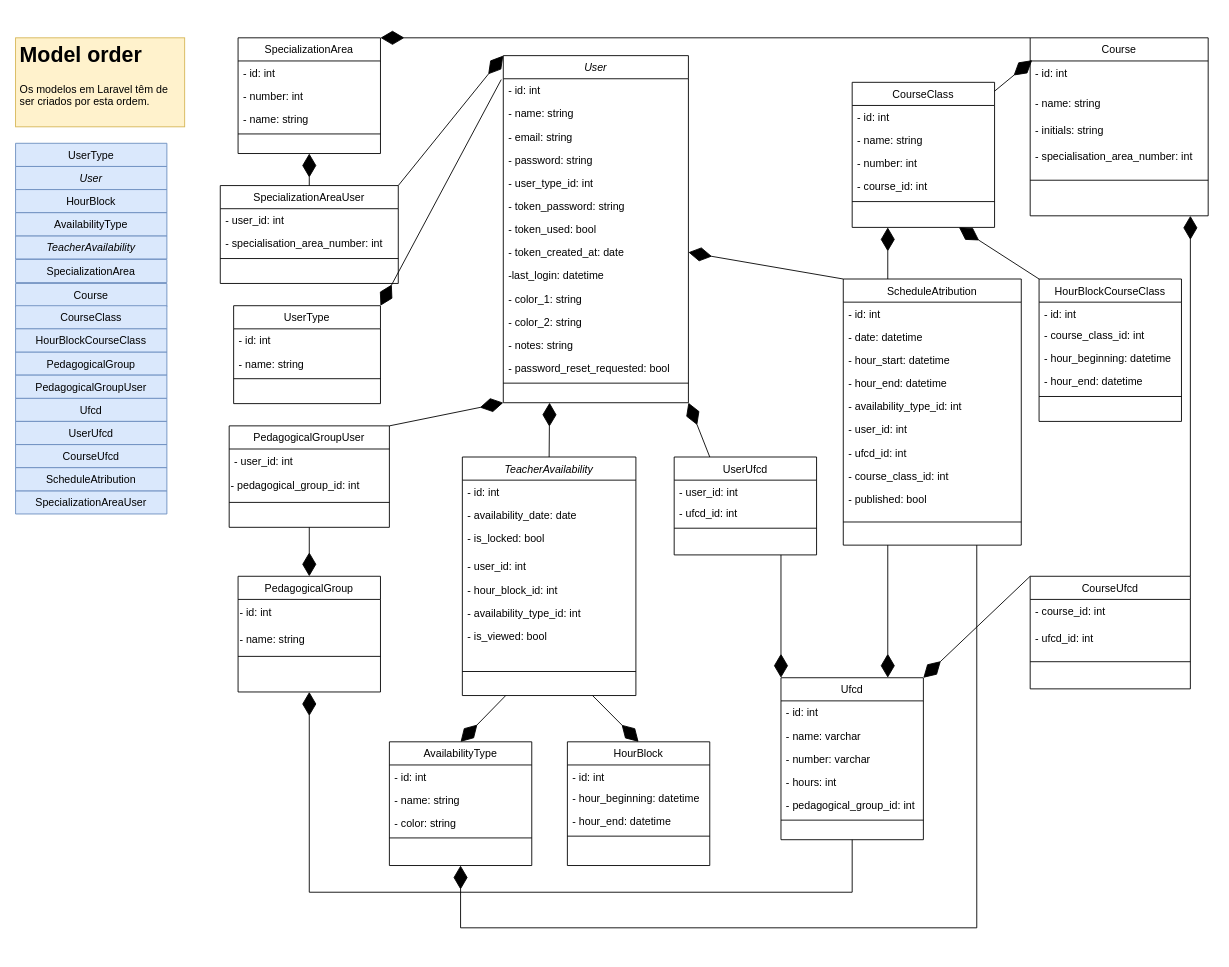
Above: Documentação/Arquitetura de Sistema - gráficos/Diagrama de Classes v2.drawio in LaggyMcLagg/Agile-Wing (draw.io), before the change. Source tidied: cells renumbered, new cells numbered last; positions are measured from the earlier drawing's top-left corner, leaving out a move shared by most shapes. Both pictures are drawn from the tidied source at 89%, with x=0, y=0 at pixel (15, 37).
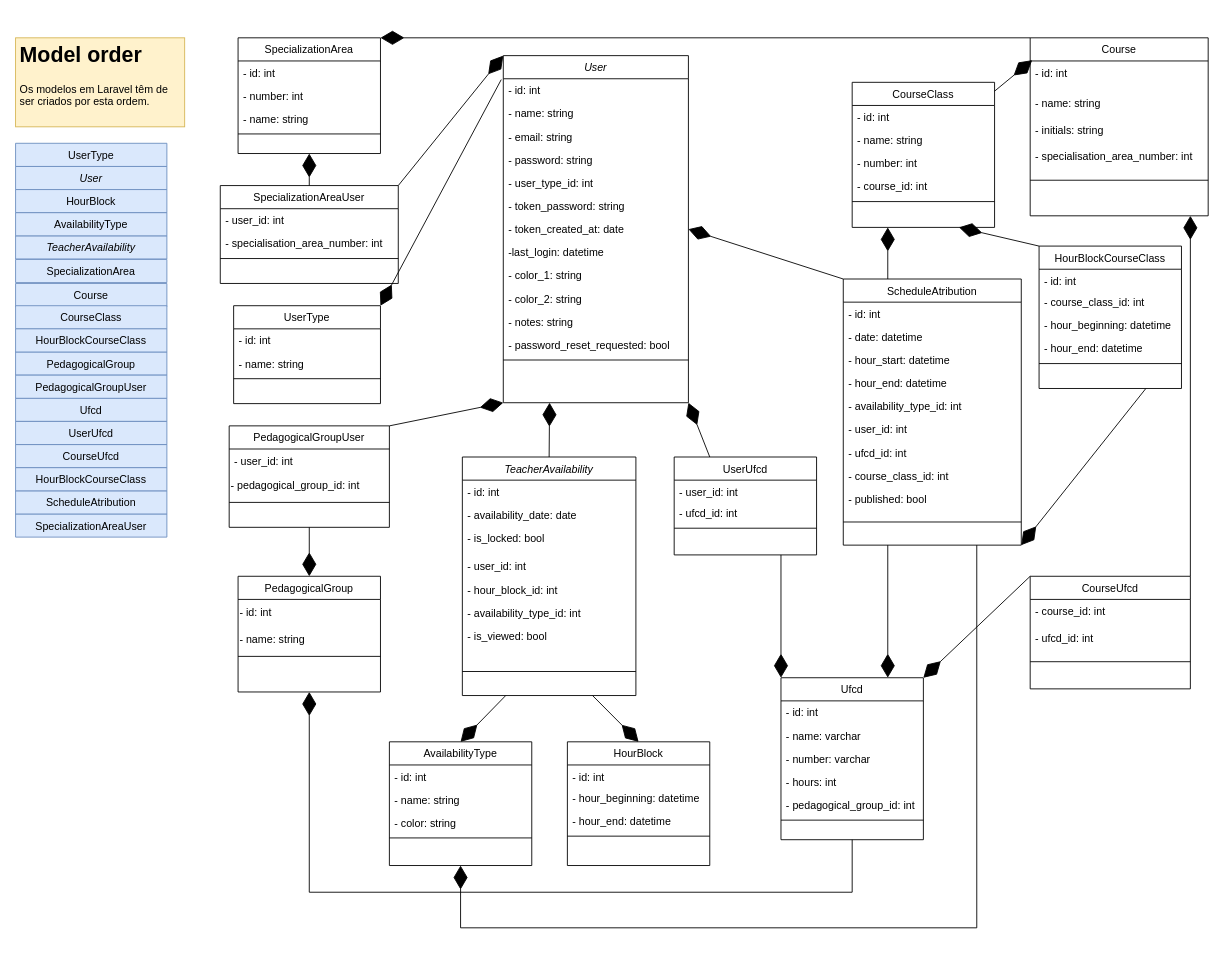
The same page after the edit.

Unchanged cells that the change refers to:
```xml
<mxCell id="2" value="ScheduleAtribution" style="swimlane;fontStyle=0;align=center;verticalAlign=top;horizontal=1;startSize=26;rounded=0;shadow=0;strokeWidth=1;" parent="1" vertex="1">
  <mxGeometry x="930" y="271" width="200" height="299" as="geometry" />
</mxCell>
<mxCell id="60" value="User" style="swimlane;fontStyle=2;align=center;verticalAlign=top;horizontal=1;startSize=26;rounded=0;shadow=0;strokeWidth=1;" parent="1" vertex="1">
  <mxGeometry x="548" y="20" width="208" height="390" as="geometry" />
</mxCell>
```

The edit, as a diff of the source:
```diff
@@
-    <mxCell id="67" value="- token_used: bool" style="text;align=left;verticalAlign=top;spacingLeft=4;spacingRight=4;overflow=hidden;rounded=0;shadow=0;html=0;" parent="60" vertex="1">
-      <mxGeometry y="182" width="208" height="26" as="geometry" />
-    </mxCell>
     <mxCell id="68" value="- token_created_at: date" style="text;align=left;verticalAlign=top;spacingLeft=4;spacingRight=4;overflow=hidden;points=[[0,0.5],[1,0.5]];portConstraint=eastwest;rounded=0;shadow=0;html=0;" parent="60" vertex="1">
-      <mxGeometry y="208" width="208" height="26" as="geometry" />
+      <mxGeometry y="182" width="208" height="26" as="geometry" />
     </mxCell>
     <mxCell id="69" value="-last_login: datetime" style="text;align=left;verticalAlign=top;spacingLeft=4;spacingRight=4;overflow=hidden;rounded=0;shadow=0;html=0;" parent="60" vertex="1">
-      <mxGeometry y="234" width="208" height="26" as="geometry" />
+      <mxGeometry y="208" width="208" height="26" as="geometry" />
     </mxCell>
     <mxCell id="70" value="- color_1: string" style="text;align=left;verticalAlign=top;spacingLeft=4;spacingRight=4;overflow=hidden;rounded=0;shadow=0;html=0;" parent="60" vertex="1">
-      <mxGeometry y="260" width="208" height="26" as="geometry" />
+      <mxGeometry y="234" width="208" height="26" as="geometry" />
     </mxCell>
     <mxCell id="71" value="- color_2: string" style="text;align=left;verticalAlign=top;spacingLeft=4;spacingRight=4;overflow=hidden;rounded=0;shadow=0;html=0;" parent="60" vertex="1">
-      <mxGeometry y="286" width="208" height="26" as="geometry" />
+      <mxGeometry y="260" width="208" height="26" as="geometry" />
     </mxCell>
     <mxCell id="72" value="- notes: string" style="text;align=left;verticalAlign=top;spacingLeft=4;spacingRight=4;overflow=hidden;rounded=0;shadow=0;html=0;" parent="60" vertex="1">
-      <mxGeometry y="312" width="208" height="26" as="geometry" />
+      <mxGeometry y="286" width="208" height="26" as="geometry" />
     </mxCell>
     <mxCell id="73" value="- password_reset_requested: bool" style="text;align=left;verticalAlign=top;spacingLeft=4;spacingRight=4;overflow=hidden;rounded=0;shadow=0;html=0;" parent="60" vertex="1">
-      <mxGeometry y="338" width="208" height="26" as="geometry" />
+      <mxGeometry y="312" width="208" height="26" as="geometry" />
     </mxCell>
     <mxCell id="74" style="line;html=1;strokeWidth=1;align=left;verticalAlign=middle;spacingTop=-1;spacingLeft=3;spacingRight=3;labelPosition=right;" parent="60" vertex="1">
-      <mxGeometry y="364" width="208" height="8" as="geometry" />
+      <mxGeometry y="338" width="208" height="8" as="geometry" />
     </mxCell>
@@
     <mxCell id="111" value="SpecializationAreaUser" style="swimlane;fontStyle=0;align=center;verticalAlign=top;horizontal=1;startSize=26;rounded=0;shadow=0;strokeWidth=1;fillColor=#dae8fc;strokeColor=#6c8ebf;" parent="1" vertex="1" collapsed="1">
-      <mxGeometry y="509" width="170" height="26" as="geometry" />
+      <mxGeometry y="535" width="170" height="26" as="geometry" />
     </mxCell>
@@
     <mxCell id="113" value="ScheduleAtribution" style="swimlane;fontStyle=0;align=center;verticalAlign=top;horizontal=1;startSize=26;rounded=0;shadow=0;strokeWidth=1;fillColor=#dae8fc;strokeColor=#6c8ebf;" parent="1" vertex="1" collapsed="1">
-      <mxGeometry y="483" width="170" height="26" as="geometry" />
+      <mxGeometry y="509" width="170" height="26" as="geometry" />
     </mxCell>
@@
     <mxCell id="130" value="HourBlockCourseClass" style="swimlane;fontStyle=0;align=center;verticalAlign=top;horizontal=1;startSize=26;rounded=0;shadow=0;strokeWidth=1;" parent="1" vertex="1">
-      <mxGeometry x="1150" y="271" width="160" height="160" as="geometry" />
+      <mxGeometry x="1150" y="234" width="160" height="160" as="geometry" />
     </mxCell>
@@
+    <mxCell id="138" value="HourBlockCourseClass" style="swimlane;fontStyle=0;align=center;verticalAlign=top;horizontal=1;startSize=26;rounded=0;shadow=0;strokeWidth=1;fillColor=#dae8fc;strokeColor=#6c8ebf;" parent="1" vertex="1" collapsed="1">
+      <mxGeometry y="483" width="170" height="26" as="geometry" />
+    </mxCell>
+    <mxCell id="139" style="endArrow=diamondThin;endFill=1;endSize=24;html=1;rounded=0;exitX=0.75;exitY=1;exitDx=0;exitDy=0;entryX=1;entryY=1;entryDx=0;entryDy=0;" parent="1" edge="1" source="130" target="2">
+      <mxGeometry relative="1" as="geometry" />
+    </mxCell>
```
